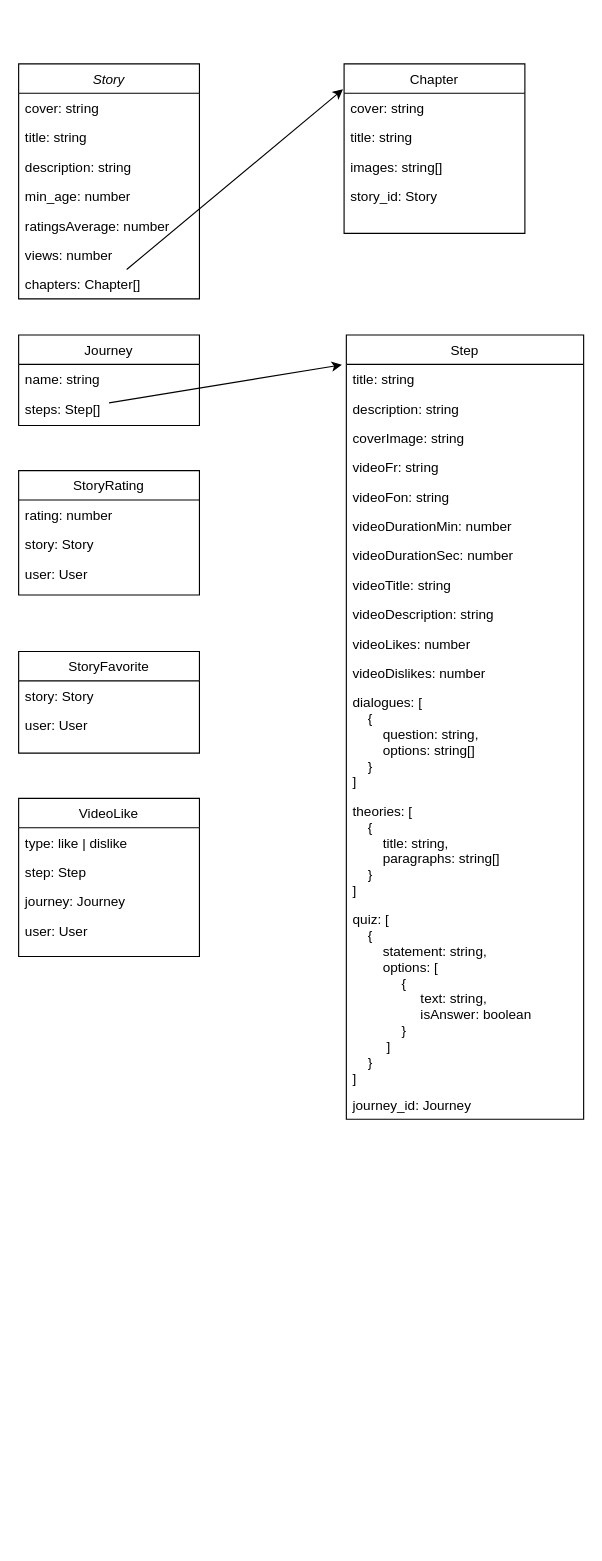
arso1er/dashboard-draw-maison-rouge keeps this draw.io diagram as Dashboard MVMC.drawio. Above is the earlier version. Source tidied: cells renumbered, new cells numbered last; positions are measured from the earlier drawing's top-left corner, leaving out a move shared by most shapes. Both pictures are drawn from the tidied source at 113%, with x=0, y=0 at pixel (18, 63).
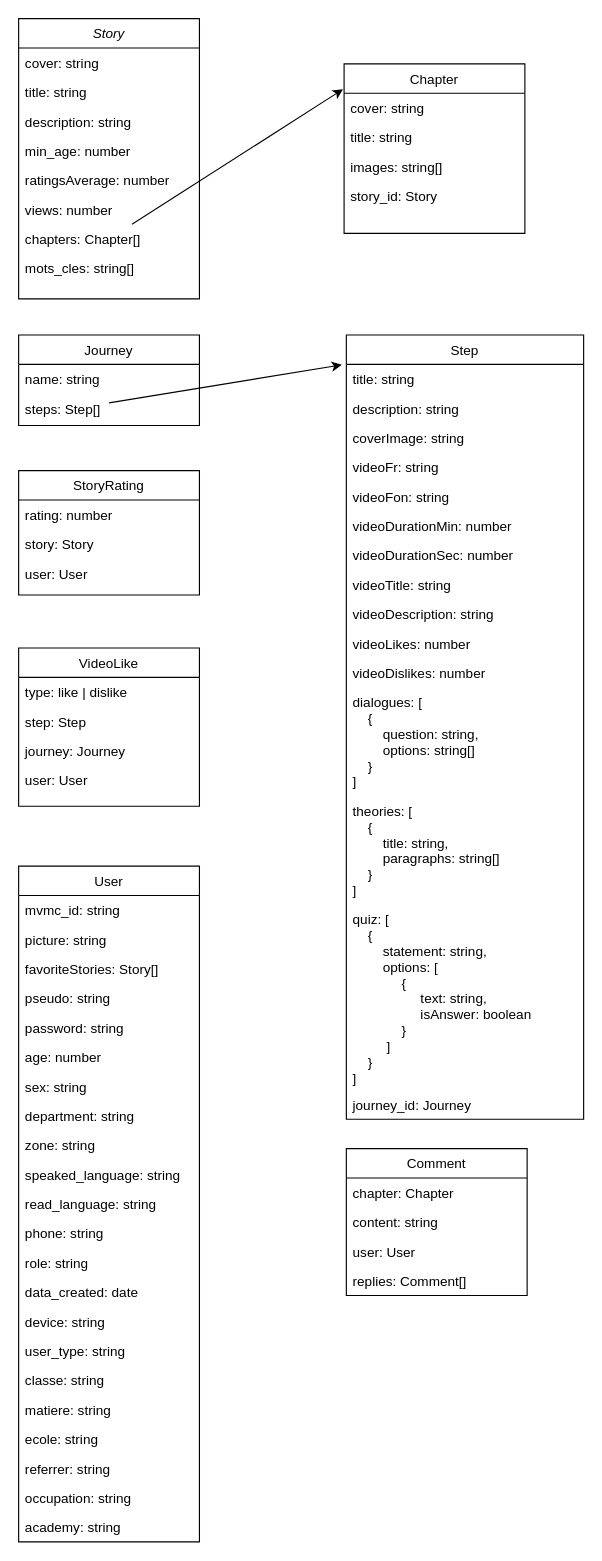
Above is the later version.

Commit message:
Mettre à jour Dashboard MVMC - réunion équipe.drawio

Change to the diagram source:
```diff
@@
     <mxCell id="2" value="Story" style="swimlane;fontStyle=2;align=center;verticalAlign=top;horizontal=1;startSize=26;rounded=0;shadow=0;strokeWidth=1;" parent="1" vertex="1">
-      <mxGeometry width="160" height="208" as="geometry" />
+      <mxGeometry y="-40" width="160" height="248" as="geometry" />
     </mxCell>
@@
+    <mxCell id="48" value="mots_cles: string[]" style="text;align=left;verticalAlign=top;spacingLeft=4;spacingRight=4;overflow=hidden;" parent="2" vertex="1">
+      <mxGeometry y="208" width="160" height="26" as="geometry" />
+    </mxCell>
@@
-    <mxCell id="40" value="StoryFavorite" style="swimlane;fontStyle=0;align=center;verticalAlign=top;horizontal=1;startSize=26;rounded=0;shadow=0;strokeWidth=1;" parent="1" vertex="1">
-      <mxGeometry y="520" width="160" height="90" as="geometry" />
-    </mxCell>
-    <mxCell id="41" value="story: Story" style="text;align=left;verticalAlign=top;spacingLeft=4;spacingRight=4;overflow=hidden;" parent="40" vertex="1">
-      <mxGeometry y="26" width="160" height="26" as="geometry" />
-    </mxCell>
-    <mxCell id="42" value="user: User" style="text;align=left;verticalAlign=top;spacingLeft=4;spacingRight=4;overflow=hidden;rounded=0;shadow=0;html=0;" parent="40" vertex="1">
-      <mxGeometry y="52" width="160" height="26" as="geometry" />
-    </mxCell>
     <mxCell id="43" value="VideoLike" style="swimlane;fontStyle=0;align=center;verticalAlign=top;horizontal=1;startSize=26;rounded=0;shadow=0;strokeWidth=1;" parent="1" vertex="1">
-      <mxGeometry y="650" width="160" height="140" as="geometry" />
+      <mxGeometry y="517" width="160" height="140" as="geometry" />
     </mxCell>
@@
+    <mxCell id="49" value="User" style="swimlane;fontStyle=0;align=center;verticalAlign=top;horizontal=1;startSize=26;rounded=0;shadow=0;strokeWidth=1;" parent="1" vertex="1">
+      <mxGeometry y="710" width="160" height="598" as="geometry" />
+    </mxCell>
+    <mxCell id="50" value="mvmc_id: string" style="text;align=left;verticalAlign=top;spacingLeft=4;spacingRight=4;overflow=hidden;" parent="49" vertex="1">
+      <mxGeometry y="26" width="160" height="26" as="geometry" />
+    </mxCell>
+    <mxCell id="51" value="picture: string" style="text;align=left;verticalAlign=top;spacingLeft=4;spacingRight=4;overflow=hidden;rounded=0;shadow=0;html=0;" parent="49" vertex="1">
+      <mxGeometry y="52" width="160" height="26" as="geometry" />
+    </mxCell>
+    <mxCell id="52" value="favoriteStories: Story[]" style="text;align=left;verticalAlign=top;spacingLeft=4;spacingRight=4;overflow=hidden;rounded=0;shadow=0;html=0;" parent="49" vertex="1">
+      <mxGeometry y="78" width="160" height="26" as="geometry" />
+    </mxCell>
+    <mxCell id="53" value="pseudo: string" style="text;align=left;verticalAlign=top;spacingLeft=4;spacingRight=4;overflow=hidden;rounded=0;shadow=0;html=0;" parent="49" vertex="1">
+      <mxGeometry y="104" width="160" height="26" as="geometry" />
+    </mxCell>
+    <mxCell id="54" value="password: string" style="text;align=left;verticalAlign=top;spacingLeft=4;spacingRight=4;overflow=hidden;rounded=0;shadow=0;html=0;" parent="49" vertex="1">
+      <mxGeometry y="130" width="160" height="26" as="geometry" />
+    </mxCell>
+    <mxCell id="55" value="age: number" style="text;align=left;verticalAlign=top;spacingLeft=4;spacingRight=4;overflow=hidden;rounded=0;shadow=0;html=0;" parent="49" vertex="1">
+      <mxGeometry y="156" width="160" height="26" as="geometry" />
+    </mxCell>
+    <mxCell id="56" value="sex: string" style="text;align=left;verticalAlign=top;spacingLeft=4;spacingRight=4;overflow=hidden;rounded=0;shadow=0;html=0;" parent="49" vertex="1">
+      <mxGeometry y="182" width="160" height="26" as="geometry" />
+    </mxCell>
+    <mxCell id="57" value="department: string" style="text;align=left;verticalAlign=top;spacingLeft=4;spacingRight=4;overflow=hidden;rounded=0;shadow=0;html=0;" parent="49" vertex="1">
+      <mxGeometry y="208" width="160" height="26" as="geometry" />
+    </mxCell>
+    <mxCell id="58" value="zone: string" style="text;align=left;verticalAlign=top;spacingLeft=4;spacingRight=4;overflow=hidden;rounded=0;shadow=0;html=0;" parent="49" vertex="1">
+      <mxGeometry y="234" width="160" height="26" as="geometry" />
+    </mxCell>
+    <mxCell id="59" value="speaked_language: string" style="text;align=left;verticalAlign=top;spacingLeft=4;spacingRight=4;overflow=hidden;rounded=0;shadow=0;html=0;" parent="49" vertex="1">
+      <mxGeometry y="260" width="160" height="26" as="geometry" />
+    </mxCell>
+    <mxCell id="60" value="read_language: string" style="text;align=left;verticalAlign=top;spacingLeft=4;spacingRight=4;overflow=hidden;rounded=0;shadow=0;html=0;" parent="49" vertex="1">
+      <mxGeometry y="286" width="160" height="26" as="geometry" />
+    </mxCell>
+    <mxCell id="61" value="phone: string" style="text;align=left;verticalAlign=top;spacingLeft=4;spacingRight=4;overflow=hidden;rounded=0;shadow=0;html=0;" parent="49" vertex="1">
+      <mxGeometry y="312" width="160" height="26" as="geometry" />
+    </mxCell>
+    <mxCell id="62" value="role: string" style="text;align=left;verticalAlign=top;spacingLeft=4;spacingRight=4;overflow=hidden;rounded=0;shadow=0;html=0;" parent="49" vertex="1">
+      <mxGeometry y="338" width="160" height="26" as="geometry" />
+    </mxCell>
+    <mxCell id="63" value="data_created: date" style="text;align=left;verticalAlign=top;spacingLeft=4;spacingRight=4;overflow=hidden;rounded=0;shadow=0;html=0;" parent="49" vertex="1">
+      <mxGeometry y="364" width="160" height="26" as="geometry" />
+    </mxCell>
+    <mxCell id="64" value="device: string" style="text;align=left;verticalAlign=top;spacingLeft=4;spacingRight=4;overflow=hidden;rounded=0;shadow=0;html=0;" parent="49" vertex="1">
+      <mxGeometry y="390" width="160" height="26" as="geometry" />
+    </mxCell>
+    <mxCell id="65" value="user_type: string" style="text;align=left;verticalAlign=top;spacingLeft=4;spacingRight=4;overflow=hidden;rounded=0;shadow=0;html=0;" parent="49" vertex="1">
+      <mxGeometry y="416" width="160" height="26" as="geometry" />
+    </mxCell>
+    <mxCell id="66" value="classe: string" style="text;align=left;verticalAlign=top;spacingLeft=4;spacingRight=4;overflow=hidden;rounded=0;shadow=0;html=0;" parent="49" vertex="1">
+      <mxGeometry y="442" width="160" height="26" as="geometry" />
+    </mxCell>
+    <mxCell id="67" value="matiere: string" style="text;align=left;verticalAlign=top;spacingLeft=4;spacingRight=4;overflow=hidden;rounded=0;shadow=0;html=0;" parent="49" vertex="1">
+      <mxGeometry y="468" width="160" height="26" as="geometry" />
+    </mxCell>
+    <mxCell id="68" value="ecole: string" style="text;align=left;verticalAlign=top;spacingLeft=4;spacingRight=4;overflow=hidden;rounded=0;shadow=0;html=0;" parent="49" vertex="1">
+      <mxGeometry y="494" width="160" height="26" as="geometry" />
+    </mxCell>
+    <mxCell id="69" value="referrer: string" style="text;align=left;verticalAlign=top;spacingLeft=4;spacingRight=4;overflow=hidden;rounded=0;shadow=0;html=0;" parent="49" vertex="1">
+      <mxGeometry y="520" width="160" height="26" as="geometry" />
+    </mxCell>
+    <mxCell id="70" value="occupation: string" style="text;align=left;verticalAlign=top;spacingLeft=4;spacingRight=4;overflow=hidden;rounded=0;shadow=0;html=0;" parent="49" vertex="1">
+      <mxGeometry y="546" width="160" height="26" as="geometry" />
+    </mxCell>
+    <mxCell id="71" value="academy: string" style="text;align=left;verticalAlign=top;spacingLeft=4;spacingRight=4;overflow=hidden;rounded=0;shadow=0;html=0;" parent="49" vertex="1">
+      <mxGeometry y="572" width="160" height="26" as="geometry" />
+    </mxCell>
+    <mxCell id="72" value="Comment" style="swimlane;fontStyle=0;align=center;verticalAlign=top;horizontal=1;startSize=26;rounded=0;shadow=0;strokeWidth=1;" parent="1" vertex="1">
+      <mxGeometry x="290" y="960" width="160" height="130" as="geometry" />
+    </mxCell>
+    <mxCell id="73" value="chapter: Chapter" style="text;align=left;verticalAlign=top;spacingLeft=4;spacingRight=4;overflow=hidden;" parent="72" vertex="1">
+      <mxGeometry y="26" width="160" height="26" as="geometry" />
+    </mxCell>
+    <mxCell id="74" value="content: string" style="text;align=left;verticalAlign=top;spacingLeft=4;spacingRight=4;overflow=hidden;rounded=0;shadow=0;html=0;" parent="72" vertex="1">
+      <mxGeometry y="52" width="160" height="26" as="geometry" />
+    </mxCell>
+    <mxCell id="42" value="user: User" style="text;align=left;verticalAlign=top;spacingLeft=4;spacingRight=4;overflow=hidden;rounded=0;shadow=0;html=0;" parent="72" vertex="1">
+      <mxGeometry y="78" width="160" height="26" as="geometry" />
+    </mxCell>
+    <mxCell id="75" value="replies: Comment[]" style="text;align=left;verticalAlign=top;spacingLeft=4;spacingRight=4;overflow=hidden;rounded=0;shadow=0;html=0;" parent="72" vertex="1">
+      <mxGeometry y="104" width="160" height="26" as="geometry" />
+    </mxCell>
```
